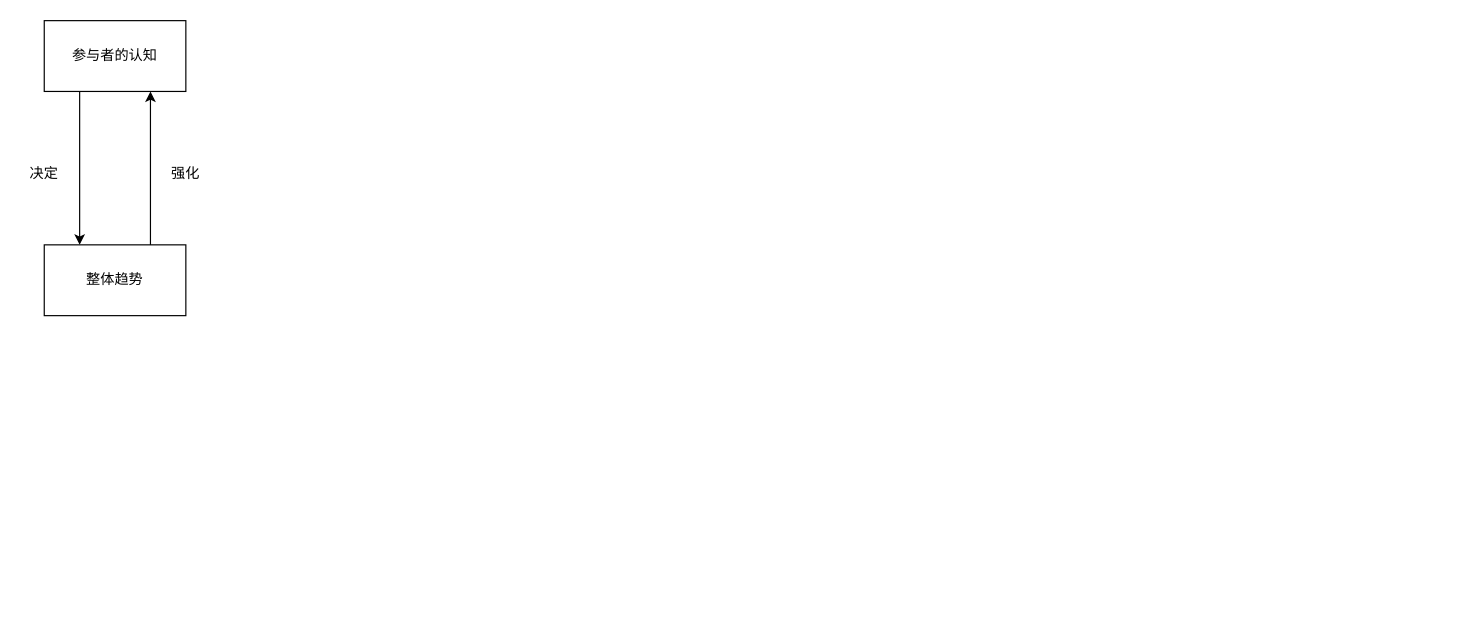
Earlier version of the draw.io diagram reflecxive.drawio (realJackSun/OpenNAT). Source tidied: cells renumbered, new cells numbered last; positions are measured from the earlier drawing's top-left corner, leaving out a move shared by most shapes. Both pictures are drawn from the tidied source at 118%, with x=0, y=0 at pixel (20, 20).
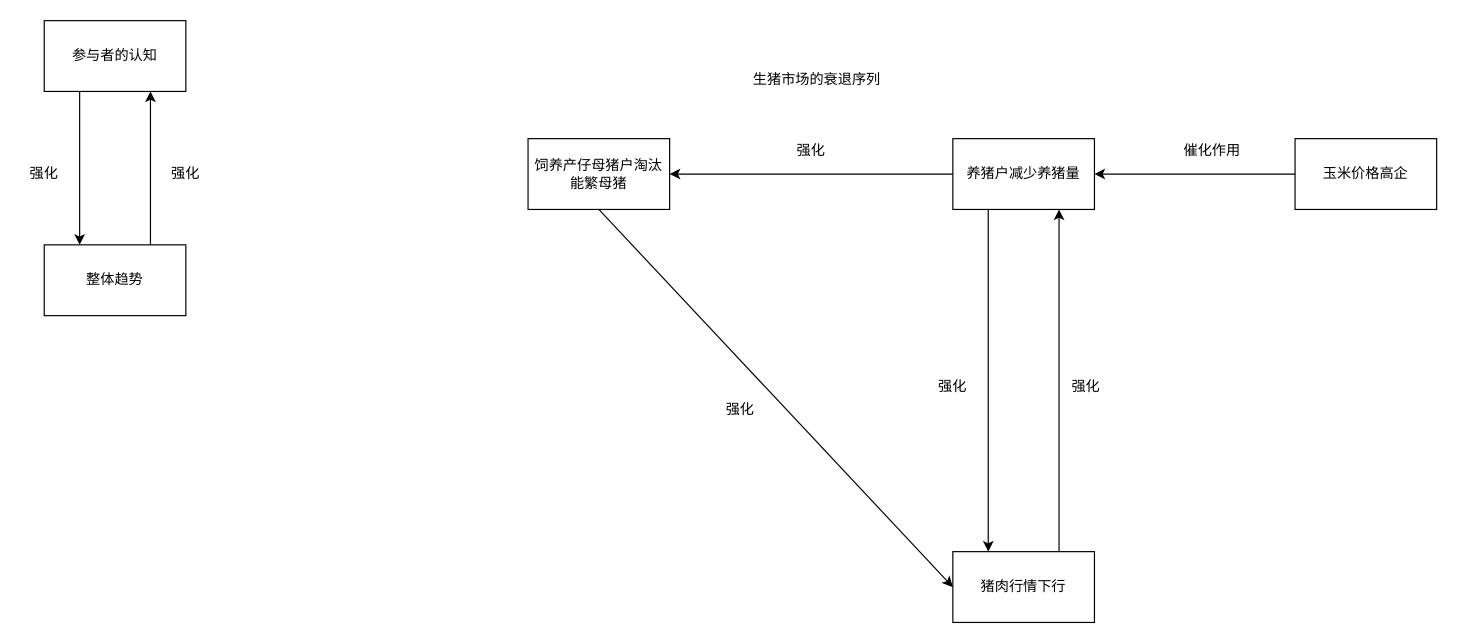
After the change.

Change to the diagram source:
```diff
@@
-    <mxCell id="5" value="决定" style="rounded=0;whiteSpace=wrap;html=1;strokeColor=none;fillColor=none;" parent="1" vertex="1">
+    <mxCell id="5" value="强化" style="rounded=0;whiteSpace=wrap;html=1;strokeColor=none;fillColor=none;" parent="1" vertex="1">
       <mxGeometry y="110" width="40" height="40" as="geometry" />
     </mxCell>
@@
+    <mxCell id="8" value="生猪市场的衰退序列" style="rounded=0;whiteSpace=wrap;html=1;fillColor=none;strokeColor=none;" parent="1" vertex="1">
+      <mxGeometry x="580" y="30" width="190" height="40" as="geometry" />
+    </mxCell>
+    <mxCell id="9" value="猪肉行情下行" style="rounded=0;whiteSpace=wrap;html=1;fillColor=none;" parent="1" vertex="1">
+      <mxGeometry x="790" y="450" width="120" height="60" as="geometry" />
+    </mxCell>
+    <mxCell id="10" value="养猪户减少养猪量" style="rounded=0;whiteSpace=wrap;html=1;fillColor=none;" parent="1" vertex="1">
+      <mxGeometry x="790" y="100" width="120" height="60" as="geometry" />
+    </mxCell>
+    <mxCell id="11" value="饲养产仔母猪户淘汰能繁母猪" style="rounded=0;whiteSpace=wrap;html=1;fillColor=none;" parent="1" vertex="1">
+      <mxGeometry x="430" y="100" width="120" height="60" as="geometry" />
+    </mxCell>
+    <mxCell id="12" style="endArrow=classic;html=1;rounded=0;exitX=0.25;exitY=1;exitDx=0;exitDy=0;entryX=0.25;entryY=0;entryDx=0;entryDy=0;" parent="1" edge="1" source="10" target="9">
+      <mxGeometry relative="1" as="geometry" />
+    </mxCell>
+    <mxCell id="13" value="强化" style="rounded=0;whiteSpace=wrap;html=1;strokeColor=none;fillColor=none;" parent="1" vertex="1">
+      <mxGeometry x="770" y="290" width="40" height="40" as="geometry" />
+    </mxCell>
+    <mxCell id="14" style="endArrow=classic;html=1;rounded=0;exitX=0.75;exitY=0;exitDx=0;exitDy=0;entryX=0.75;entryY=1;entryDx=0;entryDy=0;" parent="1" edge="1" source="9" target="10">
+      <mxGeometry relative="1" as="geometry" />
+    </mxCell>
+    <mxCell id="15" value="强化" style="rounded=0;whiteSpace=wrap;html=1;strokeColor=none;fillColor=none;" parent="1" vertex="1">
+      <mxGeometry x="883" y="290" width="40" height="40" as="geometry" />
+    </mxCell>
+    <mxCell id="16" style="endArrow=classic;html=1;rounded=0;exitX=0;exitY=0.5;exitDx=0;exitDy=0;entryX=1;entryY=0.5;entryDx=0;entryDy=0;" parent="1" edge="1" source="10" target="11">
+      <mxGeometry relative="1" as="geometry" />
+    </mxCell>
+    <mxCell id="17" value="强化" style="rounded=0;whiteSpace=wrap;html=1;strokeColor=none;fillColor=none;" parent="1" vertex="1">
+      <mxGeometry x="650" y="90" width="40" height="40" as="geometry" />
+    </mxCell>
+    <mxCell id="18" style="endArrow=classic;html=1;rounded=0;exitX=0.5;exitY=1;exitDx=0;exitDy=0;entryX=0;entryY=0.5;entryDx=0;entryDy=0;" parent="1" edge="1" source="11" target="9">
+      <mxGeometry relative="1" as="geometry" />
+    </mxCell>
+    <mxCell id="19" value="强化" style="rounded=0;whiteSpace=wrap;html=1;strokeColor=none;fillColor=none;" parent="1" vertex="1">
+      <mxGeometry x="590" y="310" width="40" height="40" as="geometry" />
+    </mxCell>
+    <mxCell id="20" value="玉米价格高企" style="rounded=0;whiteSpace=wrap;html=1;fillColor=none;" parent="1" vertex="1">
+      <mxGeometry x="1080" y="100" width="120" height="60" as="geometry" />
+    </mxCell>
+    <mxCell id="21" value="催化作用" style="rounded=0;whiteSpace=wrap;html=1;strokeColor=none;fillColor=none;" parent="1" vertex="1">
+      <mxGeometry x="980" y="90" width="60" height="40" as="geometry" />
+    </mxCell>
+    <mxCell id="22" style="endArrow=classic;html=1;rounded=0;exitX=0;exitY=0.5;exitDx=0;exitDy=0;entryX=1;entryY=0.5;entryDx=0;entryDy=0;" parent="1" edge="1" source="20" target="10">
+      <mxGeometry relative="1" as="geometry" />
+    </mxCell>
```
